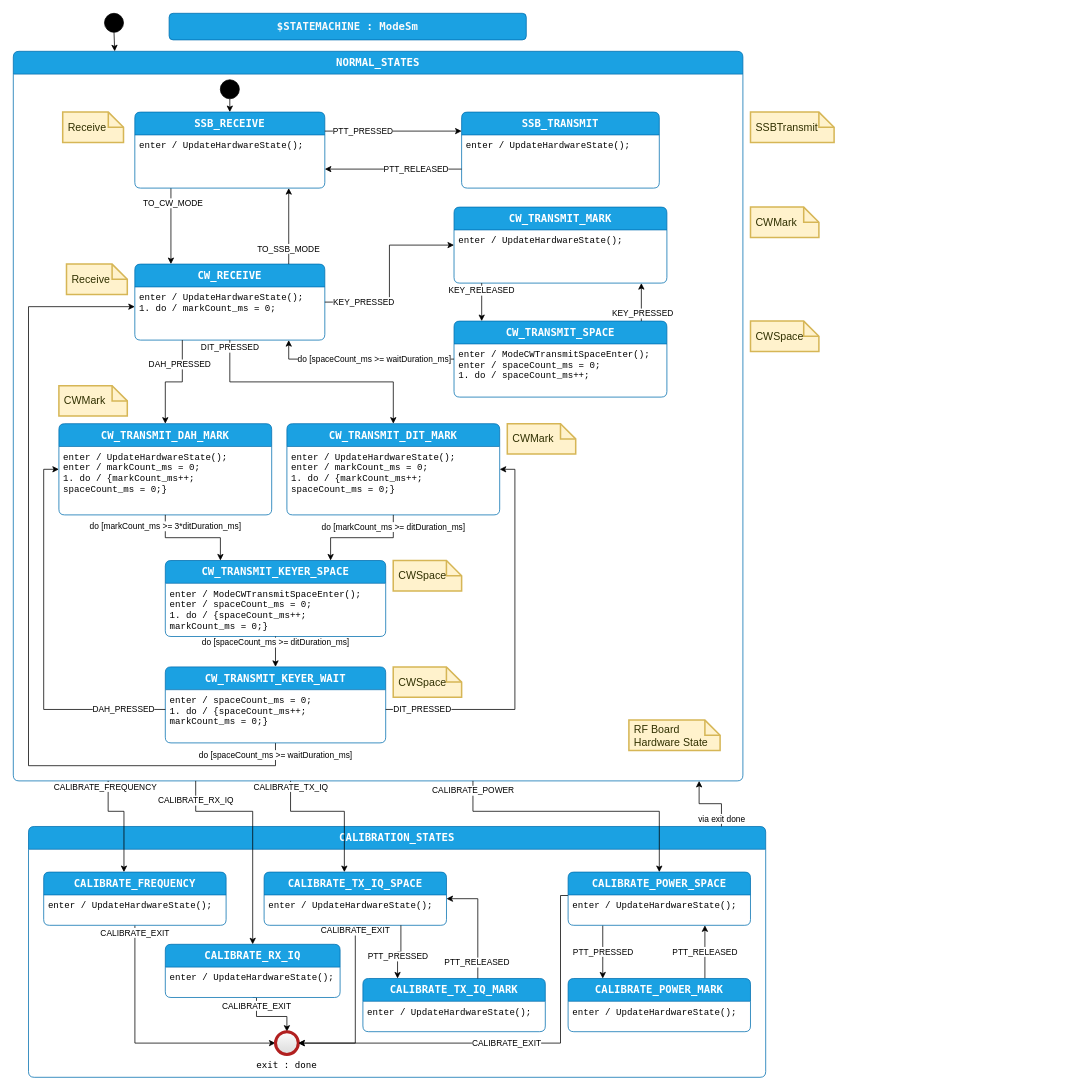
Above: page "design" (1 of 3) of code/src/PhoenixSketch/ModeSm.drawio in KI3P/Phoenix (draw.io), before the change. Source tidied: cells renumbered, new cells numbered last; positions are measured from the earlier drawing's top-left corner, leaving out a move shared by most shapes. Both pictures are drawn from the tidied source at 76%, with x=0, y=0 at pixel (13, 13).
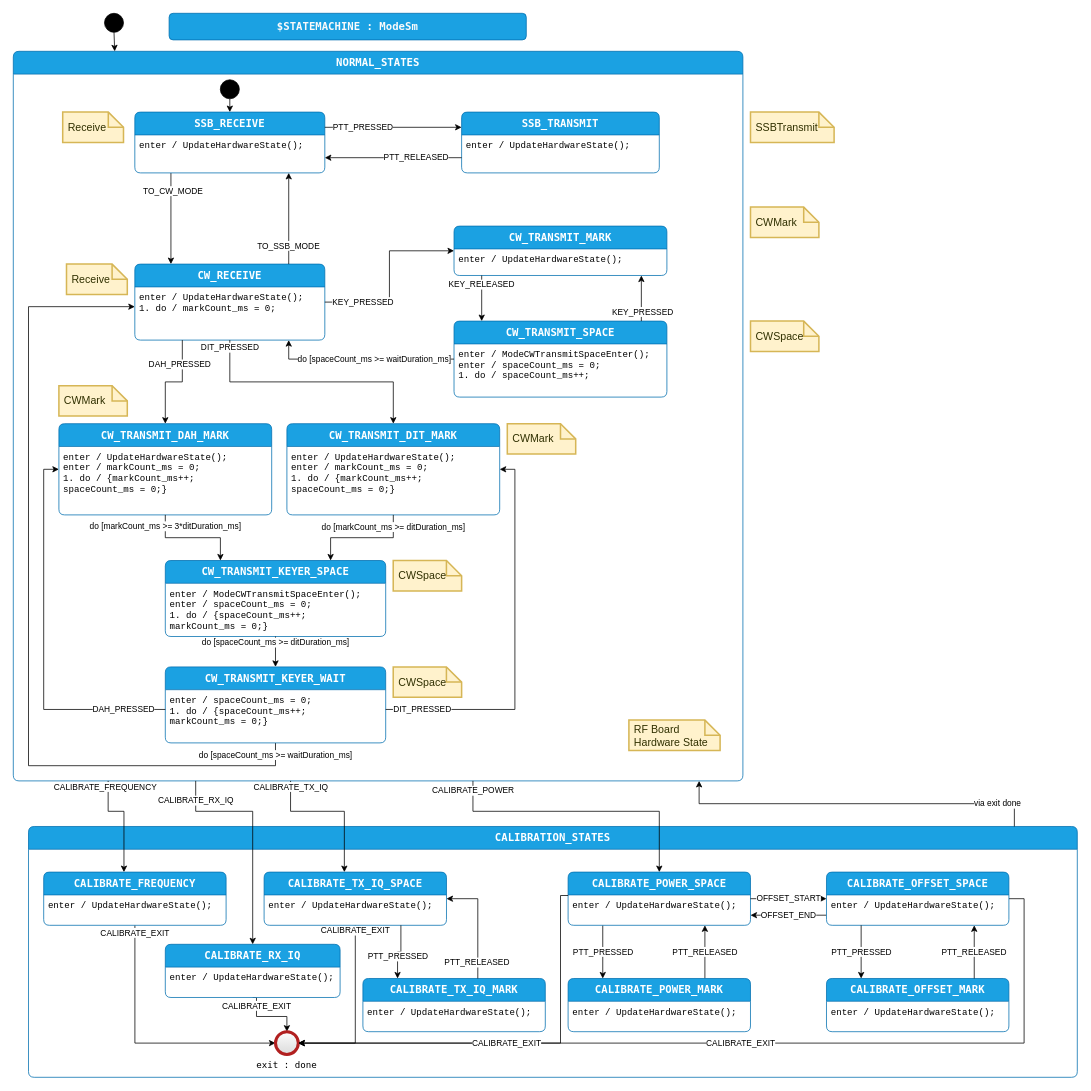
After the change.

Unchanged cells that the change refers to:
```xml
<mxCell id="13" value="exit : done" style="fontFamily=Lucida Console;align=center;verticalAlign=top;shape=ellipse;labelPosition=center;verticalLabelPosition=bottom;strokeColor=#b11f1f;strokeWidth=4;fillColor=#FFFFFF;gradientColor=#d4d4d4cc;" parent="2" vertex="1">
  <mxGeometry x="325" y="270" width="30" height="30" as="geometry" />
</mxCell>
<mxCell id="22" value="CALIBRATE_POWER_SPACE" style="shape=swimlane;align=center;verticalAlign=top;fontFamily=Lucida Console;startSize=30;fontSize=14;fontStyle=1;fontColor=#ffffff;fillColor=#1ba1e2;swimlaneFillColor=default;rounded=1;arcSize=15;absoluteArcSize=1;points=[[0,0,0,0,0],[0,0.06,0,0,0],[0,0.13,0,0,0],[0,0.19,0,0,0],[0,0.25,0,0,0],[0,0.31,0,0,0],[0,0.38,0,0,0],[0,0.44,0,0,0],[0,0.5,0,0,0],[0,0.56,0,0,0],[0,0.63,0,0,0],[0,0.69,0,0,0],[0,0.75,0,0,0],[0,0.81,0,0,0],[0,0.88,0,0,0],[0,0.94,0,0,0],[0,1,0,0,0],[0.06,0,0,0,0],[0.06,1,0,0,0],[0.13,0,0,0,0],[0.13,1,0,0,0],[0.19,0,0,0,0],[0.19,1,0,0,0],[0.25,0,0,0,0],[0.25,1,0,0,0],[0.31,0,0,0,0],[0.31,1,0,0,0],[0.38,0,0,0,0],[0.38,1,0,0,0],[0.44,0,0,0,0],[0.44,1,0,0,0],[0.5,0,0,0,0],[0.5,1,0,0,0],[0.56,0,0,0,0],[0.56,1,0,0,0],[0.63,0,0,0,0],[0.63,1,0,0,0],[0.69,0,0,0,0],[0.69,1,0,0,0],[0.75,0,0,0,0],[0.75,1,0,0,0],[0.81,0,0,0,0],[0.81,1,0,0,0],[0.88,0,0,0,0],[0.88,1,0,0,0],[0.94,0,0,0,0],[0.94,1,0,0,0],[1,0,0,0,0],[1,0.06,0,0,0],[1,0.13,0,0,0],[1,0.19,0,0,0],[1,0.25,0,0,0],[1,0.31,0,0,0],[1,0.38,0,0,0],[1,0.44,0,0,0],[1,0.5,0,0,0],[1,0.56,0,0,0],[1,0.63,0,0,0],[1,0.69,0,0,0],[1,0.75,0,0,0],[1,0.81,0,0,0],[1,0.88,0,0,0],[1,0.94,0,0,0],[1,1,0,0,0]];strokeColor=#006EAF;" parent="2" vertex="1">
  <mxGeometry x="710" y="60" width="240" height="70" as="geometry" />
</mxCell>
<mxCell id="26" value="NORMAL_STATES" style="shape=swimlane;align=center;verticalAlign=top;fontFamily=Lucida Console;startSize=30;fontSize=14;fontStyle=1;fontColor=#ffffff;fillColor=#1ba1e2;swimlaneFillColor=default;rounded=1;arcSize=15;absoluteArcSize=1;points=[[0,0,0,0,0],[0,0.06,0,0,0],[0,0.13,0,0,0],[0,0.19,0,0,0],[0,0.25,0,0,0],[0,0.31,0,0,0],[0,0.38,0,0,0],[0,0.44,0,0,0],[0,0.5,0,0,0],[0,0.56,0,0,0],[0,0.63,0,0,0],[0,0.69,0,0,0],[0,0.75,0,0,0],[0,0.81,0,0,0],[0,0.88,0,0,0],[0,0.94,0,0,0],[0,1,0,0,0],[0.06,0,0,0,0],[0.06,1,0,0,0],[0.13,0,0,0,0],[0.13,1,0,0,0],[0.19,0,0,0,0],[0.19,1,0,0,0],[0.25,0,0,0,0],[0.25,1,0,0,0],[0.31,0,0,0,0],[0.31,1,0,0,0],[0.38,0,0,0,0],[0.38,1,0,0,0],[0.44,0,0,0,0],[0.44,1,0,0,0],[0.5,0,0,0,0],[0.5,1,0,0,0],[0.56,0,0,0,0],[0.56,1,0,0,0],[0.63,0,0,0,0],[0.63,1,0,0,0],[0.69,0,0,0,0],[0.69,1,0,0,0],[0.75,0,0,0,0],[0.75,1,0,0,0],[0.81,0,0,0,0],[0.81,1,0,0,0],[0.88,0,0,0,0],[0.88,1,0,0,0],[0.94,0,0,0,0],[0.94,1,0,0,0],[1,0,0,0,0],[1,0.06,0,0,0],[1,0.13,0,0,0],[1,0.19,0,0,0],[1,0.25,0,0,0],[1,0.31,0,0,0],[1,0.38,0,0,0],[1,0.44,0,0,0],[1,0.5,0,0,0],[1,0.56,0,0,0],[1,0.63,0,0,0],[1,0.69,0,0,0],[1,0.75,0,0,0],[1,0.81,0,0,0],[1,0.88,0,0,0],[1,0.94,0,0,0],[1,1,0,0,0]];strokeColor=#006EAF;" parent="1" vertex="1">
  <mxGeometry y="50" width="960" height="960" as="geometry" />
</mxCell>
```

Change to the diagram source:
```diff
@@
     <mxCell id="2" value="CALIBRATION_STATES" style="shape=swimlane;align=center;verticalAlign=top;fontFamily=Lucida Console;startSize=30;fontSize=14;fontStyle=1;fontColor=#ffffff;fillColor=#1ba1e2;swimlaneFillColor=default;rounded=1;arcSize=15;absoluteArcSize=1;points=[[0,0,0,0,0],[0,0.06,0,0,0],[0,0.13,0,0,0],[0,0.19,0,0,0],[0,0.25,0,0,0],[0,0.31,0,0,0],[0,0.38,0,0,0],[0,0.44,0,0,0],[0,0.5,0,0,0],[0,0.56,0,0,0],[0,0.63,0,0,0],[0,0.69,0,0,0],[0,0.75,0,0,0],[0,0.81,0,0,0],[0,0.88,0,0,0],[0,0.94,0,0,0],[0,1,0,0,0],[0.06,0,0,0,0],[0.06,1,0,0,0],[0.13,0,0,0,0],[0.13,1,0,0,0],[0.19,0,0,0,0],[0.19,1,0,0,0],[0.25,0,0,0,0],[0.25,1,0,0,0],[0.31,0,0,0,0],[0.31,1,0,0,0],[0.38,0,0,0,0],[0.38,1,0,0,0],[0.44,0,0,0,0],[0.44,1,0,0,0],[0.5,0,0,0,0],[0.5,1,0,0,0],[0.56,0,0,0,0],[0.56,1,0,0,0],[0.63,0,0,0,0],[0.63,1,0,0,0],[0.69,0,0,0,0],[0.69,1,0,0,0],[0.75,0,0,0,0],[0.75,1,0,0,0],[0.81,0,0,0,0],[0.81,1,0,0,0],[0.88,0,0,0,0],[0.88,1,0,0,0],[0.94,0,0,0,0],[0.94,1,0,0,0],[1,0,0,0,0],[1,0.06,0,0,0],[1,0.13,0,0,0],[1,0.19,0,0,0],[1,0.25,0,0,0],[1,0.31,0,0,0],[1,0.38,0,0,0],[1,0.44,0,0,0],[1,0.5,0,0,0],[1,0.56,0,0,0],[1,0.63,0,0,0],[1,0.69,0,0,0],[1,0.75,0,0,0],[1,0.81,0,0,0],[1,0.88,0,0,0],[1,0.94,0,0,0],[1,1,0,0,0]];strokeColor=#006EAF;" parent="1" vertex="1">
-      <mxGeometry x="20" y="1070" width="970" height="330" as="geometry" />
+      <mxGeometry x="20" y="1070" width="1380" height="330" as="geometry" />
     </mxCell>
@@
-    <mxCell id="19" value="CALIBRATE_EXIT" style="edgeStyle=orthogonalEdgeStyle;rounded=0;jettySize=auto;html=1;exitX=0;exitY=0.44;exitDx=0;exitDy=0;exitPerimeter=0;entryX=1;entryY=0.5;entryDx=0;entryDy=0;" parent="2" edge="1" source="22" target="13">
-      <mxGeometry relative="1" as="geometry">
-        <Array as="points">
-          <mxPoint x="700" y="91" />
-          <mxPoint x="700" y="285" />
-        </Array>
-      </mxGeometry>
-    </mxCell>
@@
+    <mxCell id="82" value="CALIBRATE_OFFSET_MARK" style="shape=swimlane;align=center;verticalAlign=top;fontFamily=Lucida Console;startSize=30;fontSize=14;fontStyle=1;fontColor=#ffffff;fillColor=#1ba1e2;swimlaneFillColor=default;rounded=1;arcSize=15;absoluteArcSize=1;points=[[0,0,0,0,0],[0,0.06,0,0,0],[0,0.13,0,0,0],[0,0.19,0,0,0],[0,0.25,0,0,0],[0,0.31,0,0,0],[0,0.38,0,0,0],[0,0.44,0,0,0],[0,0.5,0,0,0],[0,0.56,0,0,0],[0,0.63,0,0,0],[0,0.69,0,0,0],[0,0.75,0,0,0],[0,0.81,0,0,0],[0,0.88,0,0,0],[0,0.94,0,0,0],[0,1,0,0,0],[0.06,0,0,0,0],[0.06,1,0,0,0],[0.13,0,0,0,0],[0.13,1,0,0,0],[0.19,0,0,0,0],[0.19,1,0,0,0],[0.25,0,0,0,0],[0.25,1,0,0,0],[0.31,0,0,0,0],[0.31,1,0,0,0],[0.38,0,0,0,0],[0.38,1,0,0,0],[0.44,0,0,0,0],[0.44,1,0,0,0],[0.5,0,0,0,0],[0.5,1,0,0,0],[0.56,0,0,0,0],[0.56,1,0,0,0],[0.63,0,0,0,0],[0.63,1,0,0,0],[0.69,0,0,0,0],[0.69,1,0,0,0],[0.75,0,0,0,0],[0.75,1,0,0,0],[0.81,0,0,0,0],[0.81,1,0,0,0],[0.88,0,0,0,0],[0.88,1,0,0,0],[0.94,0,0,0,0],[0.94,1,0,0,0],[1,0,0,0,0],[1,0.06,0,0,0],[1,0.13,0,0,0],[1,0.19,0,0,0],[1,0.25,0,0,0],[1,0.31,0,0,0],[1,0.38,0,0,0],[1,0.44,0,0,0],[1,0.5,0,0,0],[1,0.56,0,0,0],[1,0.63,0,0,0],[1,0.69,0,0,0],[1,0.75,0,0,0],[1,0.81,0,0,0],[1,0.88,0,0,0],[1,0.94,0,0,0],[1,1,0,0,0]];strokeColor=#006EAF;" parent="2" vertex="1">
+      <mxGeometry x="1050" y="200" width="240" height="70" as="geometry" />
+    </mxCell>
+    <mxCell id="83" value="enter / UpdateHardwareState();&#10;" style="fontFamily=Courier New;align=left;verticalAlign=top;fillColor=none;gradientColor=none;strokeColor=none;rounded=0;spacingLeft=4;" parent="82" vertex="1">
+      <mxGeometry y="30" width="240" height="30" as="geometry" />
+    </mxCell>
+    <mxCell id="84" value="OFFSET_START" style="edgeStyle=orthogonalEdgeStyle;rounded=0;jettySize=auto;html=1;exitX=1;exitY=0.5;exitDx=0;exitDy=0;exitPerimeter=0;entryX=0;entryY=0.5;entryDx=0;entryDy=0;entryPerimeter=0;" parent="2" edge="1" source="22" target="87">
+      <mxGeometry relative="1" as="geometry" />
+    </mxCell>
+    <mxCell id="85" value="OFFSET_END" style="edgeStyle=orthogonalEdgeStyle;rounded=0;jettySize=auto;html=1;exitX=0;exitY=0.81;exitDx=0;exitDy=0;exitPerimeter=0;entryX=1;entryY=0.81;entryDx=0;entryDy=0;entryPerimeter=0;" parent="2" edge="1" source="87" target="22">
+      <mxGeometry relative="1" as="geometry" />
+    </mxCell>
+    <mxCell id="86" value="CALIBRATE_EXIT" style="edgeStyle=orthogonalEdgeStyle;rounded=0;jettySize=auto;html=1;exitX=1;exitY=0.5;exitDx=0;exitDy=0;exitPerimeter=0;entryX=1;entryY=0.5;entryDx=0;entryDy=0;" parent="2" edge="1" source="87" target="13">
+      <mxGeometry relative="1" as="geometry" />
+    </mxCell>
+    <mxCell id="87" value="CALIBRATE_OFFSET_SPACE" style="shape=swimlane;align=center;verticalAlign=top;fontFamily=Lucida Console;startSize=30;fontSize=14;fontStyle=1;fontColor=#ffffff;fillColor=#1ba1e2;swimlaneFillColor=default;rounded=1;arcSize=15;absoluteArcSize=1;points=[[0,0,0,0,0],[0,0.06,0,0,0],[0,0.13,0,0,0],[0,0.19,0,0,0],[0,0.25,0,0,0],[0,0.31,0,0,0],[0,0.38,0,0,0],[0,0.44,0,0,0],[0,0.5,0,0,0],[0,0.56,0,0,0],[0,0.63,0,0,0],[0,0.69,0,0,0],[0,0.75,0,0,0],[0,0.81,0,0,0],[0,0.88,0,0,0],[0,0.94,0,0,0],[0,1,0,0,0],[0.06,0,0,0,0],[0.06,1,0,0,0],[0.13,0,0,0,0],[0.13,1,0,0,0],[0.19,0,0,0,0],[0.19,1,0,0,0],[0.25,0,0,0,0],[0.25,1,0,0,0],[0.31,0,0,0,0],[0.31,1,0,0,0],[0.38,0,0,0,0],[0.38,1,0,0,0],[0.44,0,0,0,0],[0.44,1,0,0,0],[0.5,0,0,0,0],[0.5,1,0,0,0],[0.56,0,0,0,0],[0.56,1,0,0,0],[0.63,0,0,0,0],[0.63,1,0,0,0],[0.69,0,0,0,0],[0.69,1,0,0,0],[0.75,0,0,0,0],[0.75,1,0,0,0],[0.81,0,0,0,0],[0.81,1,0,0,0],[0.88,0,0,0,0],[0.88,1,0,0,0],[0.94,0,0,0,0],[0.94,1,0,0,0],[1,0,0,0,0],[1,0.06,0,0,0],[1,0.13,0,0,0],[1,0.19,0,0,0],[1,0.25,0,0,0],[1,0.31,0,0,0],[1,0.38,0,0,0],[1,0.44,0,0,0],[1,0.5,0,0,0],[1,0.56,0,0,0],[1,0.63,0,0,0],[1,0.69,0,0,0],[1,0.75,0,0,0],[1,0.81,0,0,0],[1,0.88,0,0,0],[1,0.94,0,0,0],[1,1,0,0,0]];strokeColor=#006EAF;" parent="2" vertex="1">
+      <mxGeometry x="1050" y="60" width="240" height="70" as="geometry" />
+    </mxCell>
+    <mxCell id="88" value="enter / UpdateHardwareState();&#10;" style="fontFamily=Courier New;align=left;verticalAlign=top;fillColor=none;gradientColor=none;strokeColor=none;rounded=0;spacingLeft=4;" parent="87" vertex="1">
+      <mxGeometry y="30" width="240" height="30" as="geometry" />
+    </mxCell>
+    <mxCell id="89" value="PTT_PRESSED" style="edgeStyle=orthogonalEdgeStyle;rounded=0;jettySize=auto;html=1;exitX=0.19;exitY=1;exitDx=0;exitDy=0;exitPerimeter=0;entryX=0.19;entryY=0;entryDx=0;entryDy=0;entryPerimeter=0;" parent="2" edge="1" source="87" target="82">
+      <mxGeometry relative="1" as="geometry" />
+    </mxCell>
+    <mxCell id="90" value="PTT_RELEASED" style="edgeStyle=orthogonalEdgeStyle;rounded=0;jettySize=auto;html=1;exitX=0.81;exitY=0;exitDx=0;exitDy=0;exitPerimeter=0;entryX=0.81;entryY=1;entryDx=0;entryDy=0;entryPerimeter=0;" parent="2" edge="1" source="82" target="87">
+      <mxGeometry relative="1" as="geometry" />
+    </mxCell>
+    <mxCell id="19" value="CALIBRATE_EXIT" style="edgeStyle=orthogonalEdgeStyle;rounded=0;jettySize=auto;html=1;exitX=0;exitY=0.44;exitDx=0;exitDy=0;exitPerimeter=0;entryX=1;entryY=0.5;entryDx=0;entryDy=0;" parent="2" edge="1" source="22" target="13">
+      <mxGeometry relative="1" as="geometry">
+        <Array as="points">
+          <mxPoint x="700" y="91" />
+          <mxPoint x="700" y="285" />
+        </Array>
+      </mxGeometry>
+    </mxCell>
@@
     <mxCell id="29" value="SSB_RECEIVE" style="shape=swimlane;align=center;verticalAlign=top;fontFamily=Lucida Console;startSize=30;fontSize=14;fontStyle=1;fontColor=#ffffff;fillColor=#1ba1e2;swimlaneFillColor=default;rounded=1;arcSize=15;absoluteArcSize=1;points=[[0,0,0,0,0],[0,0.06,0,0,0],[0,0.13,0,0,0],[0,0.19,0,0,0],[0,0.25,0,0,0],[0,0.31,0,0,0],[0,0.38,0,0,0],[0,0.44,0,0,0],[0,0.5,0,0,0],[0,0.56,0,0,0],[0,0.63,0,0,0],[0,0.69,0,0,0],[0,0.75,0,0,0],[0,0.81,0,0,0],[0,0.88,0,0,0],[0,0.94,0,0,0],[0,1,0,0,0],[0.06,0,0,0,0],[0.06,1,0,0,0],[0.13,0,0,0,0],[0.13,1,0,0,0],[0.19,0,0,0,0],[0.19,1,0,0,0],[0.25,0,0,0,0],[0.25,1,0,0,0],[0.31,0,0,0,0],[0.31,1,0,0,0],[0.38,0,0,0,0],[0.38,1,0,0,0],[0.44,0,0,0,0],[0.44,1,0,0,0],[0.5,0,0,0,0],[0.5,1,0,0,0],[0.56,0,0,0,0],[0.56,1,0,0,0],[0.63,0,0,0,0],[0.63,1,0,0,0],[0.69,0,0,0,0],[0.69,1,0,0,0],[0.75,0,0,0,0],[0.75,1,0,0,0],[0.81,0,0,0,0],[0.81,1,0,0,0],[0.88,0,0,0,0],[0.88,1,0,0,0],[0.94,0,0,0,0],[0.94,1,0,0,0],[1,0,0,0,0],[1,0.06,0,0,0],[1,0.13,0,0,0],[1,0.19,0,0,0],[1,0.25,0,0,0],[1,0.31,0,0,0],[1,0.38,0,0,0],[1,0.44,0,0,0],[1,0.5,0,0,0],[1,0.56,0,0,0],[1,0.63,0,0,0],[1,0.69,0,0,0],[1,0.75,0,0,0],[1,0.81,0,0,0],[1,0.88,0,0,0],[1,0.94,0,0,0],[1,1,0,0,0]];strokeColor=#006EAF;" parent="26" vertex="1">
-      <mxGeometry x="159.9" y="80" width="250" height="100" as="geometry" />
+      <mxGeometry x="159.9" y="80" width="250" height="80" as="geometry" />
     </mxCell>
@@
     <mxCell id="34" value="SSB_TRANSMIT" style="shape=swimlane;align=center;verticalAlign=top;fontFamily=Lucida Console;startSize=30;fontSize=14;fontStyle=1;fontColor=#ffffff;fillColor=#1ba1e2;swimlaneFillColor=default;rounded=1;arcSize=15;absoluteArcSize=1;points=[[0,0,0,0,0],[0,0.06,0,0,0],[0,0.13,0,0,0],[0,0.19,0,0,0],[0,0.25,0,0,0],[0,0.31,0,0,0],[0,0.38,0,0,0],[0,0.44,0,0,0],[0,0.5,0,0,0],[0,0.56,0,0,0],[0,0.63,0,0,0],[0,0.69,0,0,0],[0,0.75,0,0,0],[0,0.81,0,0,0],[0,0.88,0,0,0],[0,0.94,0,0,0],[0,1,0,0,0],[0.06,0,0,0,0],[0.06,1,0,0,0],[0.13,0,0,0,0],[0.13,1,0,0,0],[0.19,0,0,0,0],[0.19,1,0,0,0],[0.25,0,0,0,0],[0.25,1,0,0,0],[0.31,0,0,0,0],[0.31,1,0,0,0],[0.38,0,0,0,0],[0.38,1,0,0,0],[0.44,0,0,0,0],[0.44,1,0,0,0],[0.5,0,0,0,0],[0.5,1,0,0,0],[0.56,0,0,0,0],[0.56,1,0,0,0],[0.63,0,0,0,0],[0.63,1,0,0,0],[0.69,0,0,0,0],[0.69,1,0,0,0],[0.75,0,0,0,0],[0.75,1,0,0,0],[0.81,0,0,0,0],[0.81,1,0,0,0],[0.88,0,0,0,0],[0.88,1,0,0,0],[0.94,0,0,0,0],[0.94,1,0,0,0],[1,0,0,0,0],[1,0.06,0,0,0],[1,0.13,0,0,0],[1,0.19,0,0,0],[1,0.25,0,0,0],[1,0.31,0,0,0],[1,0.38,0,0,0],[1,0.44,0,0,0],[1,0.5,0,0,0],[1,0.56,0,0,0],[1,0.63,0,0,0],[1,0.69,0,0,0],[1,0.75,0,0,0],[1,0.81,0,0,0],[1,0.88,0,0,0],[1,0.94,0,0,0],[1,1,0,0,0]];strokeColor=#006EAF;" parent="26" vertex="1">
-      <mxGeometry x="589.9" y="80" width="260.1" height="100" as="geometry" />
+      <mxGeometry x="589.9" y="80" width="260.1" height="80" as="geometry" />
     </mxCell>
@@
     <mxCell id="38" value="CW_TRANSMIT_MARK" style="shape=swimlane;align=center;verticalAlign=top;fontFamily=Lucida Console;startSize=30;fontSize=14;fontStyle=1;fontColor=#ffffff;fillColor=#1ba1e2;swimlaneFillColor=default;rounded=1;arcSize=15;absoluteArcSize=1;points=[[0,0,0,0,0],[0,0.06,0,0,0],[0,0.13,0,0,0],[0,0.19,0,0,0],[0,0.25,0,0,0],[0,0.31,0,0,0],[0,0.38,0,0,0],[0,0.44,0,0,0],[0,0.5,0,0,0],[0,0.56,0,0,0],[0,0.63,0,0,0],[0,0.69,0,0,0],[0,0.75,0,0,0],[0,0.81,0,0,0],[0,0.88,0,0,0],[0,0.94,0,0,0],[0,1,0,0,0],[0.06,0,0,0,0],[0.06,1,0,0,0],[0.13,0,0,0,0],[0.13,1,0,0,0],[0.19,0,0,0,0],[0.19,1,0,0,0],[0.25,0,0,0,0],[0.25,1,0,0,0],[0.31,0,0,0,0],[0.31,1,0,0,0],[0.38,0,0,0,0],[0.38,1,0,0,0],[0.44,0,0,0,0],[0.44,1,0,0,0],[0.5,0,0,0,0],[0.5,1,0,0,0],[0.56,0,0,0,0],[0.56,1,0,0,0],[0.63,0,0,0,0],[0.63,1,0,0,0],[0.69,0,0,0,0],[0.69,1,0,0,0],[0.75,0,0,0,0],[0.75,1,0,0,0],[0.81,0,0,0,0],[0.81,1,0,0,0],[0.88,0,0,0,0],[0.88,1,0,0,0],[0.94,0,0,0,0],[0.94,1,0,0,0],[1,0,0,0,0],[1,0.06,0,0,0],[1,0.13,0,0,0],[1,0.19,0,0,0],[1,0.25,0,0,0],[1,0.31,0,0,0],[1,0.38,0,0,0],[1,0.44,0,0,0],[1,0.5,0,0,0],[1,0.56,0,0,0],[1,0.63,0,0,0],[1,0.69,0,0,0],[1,0.75,0,0,0],[1,0.81,0,0,0],[1,0.88,0,0,0],[1,0.94,0,0,0],[1,1,0,0,0]];strokeColor=#006EAF;" parent="26" vertex="1">
-      <mxGeometry x="579.9" y="205" width="280.1" height="100" as="geometry" />
+      <mxGeometry x="579.9" y="230" width="280.1" height="65" as="geometry" />
     </mxCell>
```
